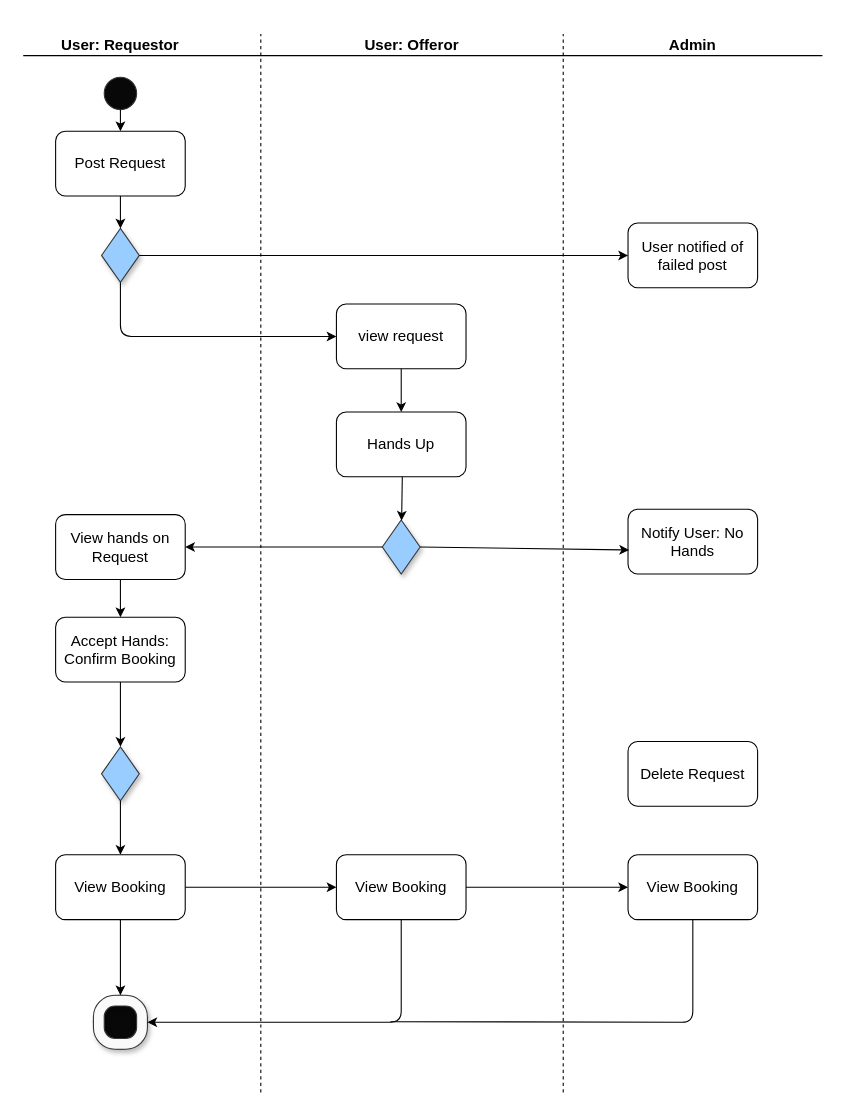
Earlier version of the draw.io diagram AD1.drawio (willdonlan8/test). Source tidied: cells renumbered, new cells numbered last; positions are measured from the earlier drawing's top-left corner, leaving out a move shared by most shapes. Both pictures are drawn from the tidied source at 108%, with x=0, y=0 at pixel (23, 23).
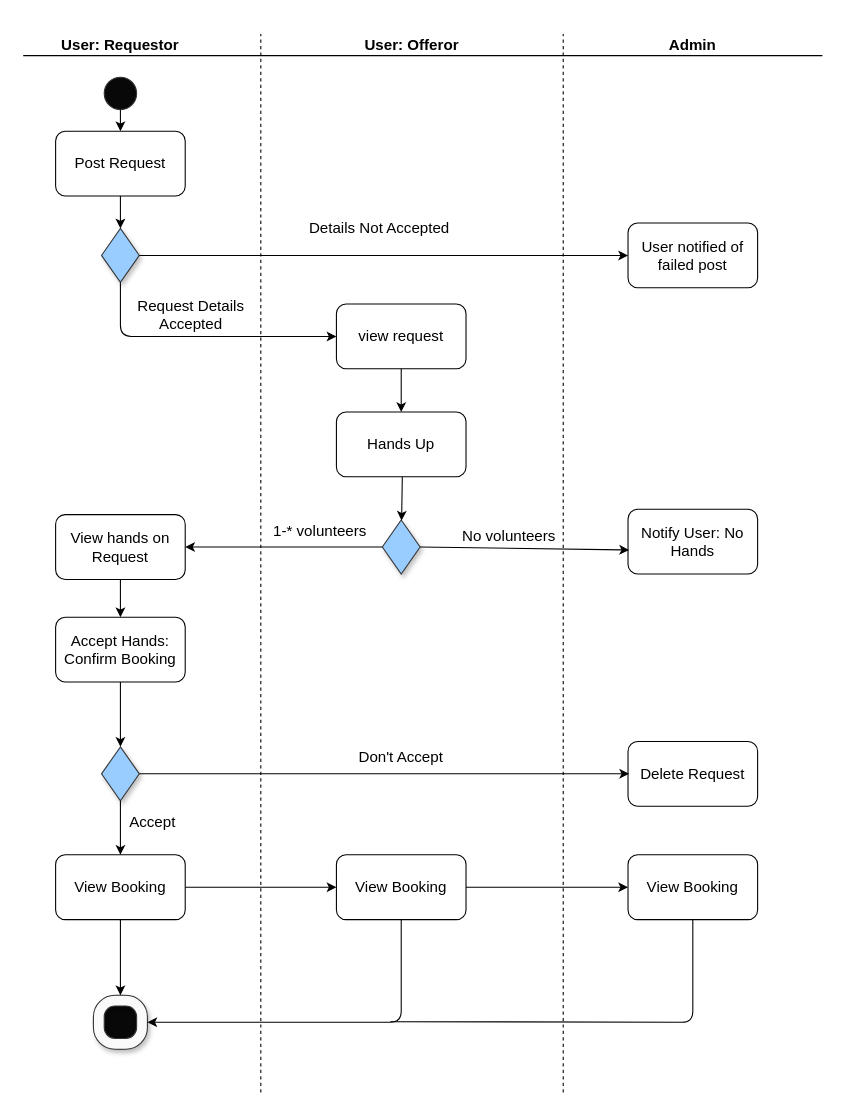
The same diagram, later.

Unchanged cells that the change refers to:
```xml
<mxCell id="19" style="rhombus;whiteSpace=wrap;html=1;shadow=1;strokeColor=#363636;fillColor=#99CCFF;" parent="1" vertex="1">
  <mxGeometry x="72.5" y="670" width="35" height="50" as="geometry" />
</mxCell>
```

What changed in the source:
```diff
@@
+    <mxCell id="41" value="&lt;font style=&quot;font-size: 14px&quot;&gt;Details Not Accepted&lt;/font&gt;" style="text;html=1;strokeColor=none;fillColor=none;align=center;verticalAlign=middle;whiteSpace=wrap;rounded=0;shadow=1;" parent="1" vertex="1">
+      <mxGeometry x="240" y="170" width="180" height="40" as="geometry" />
+    </mxCell>
+    <mxCell id="42" value="&lt;font style=&quot;font-size: 14px&quot;&gt;Request Details Accepted&lt;/font&gt;" style="text;html=1;strokeColor=none;fillColor=none;align=center;verticalAlign=middle;whiteSpace=wrap;rounded=0;shadow=1;" parent="1" vertex="1">
+      <mxGeometry x="82.5" y="260" width="145" height="20" as="geometry" />
+    </mxCell>
+    <mxCell id="43" value="&lt;span style=&quot;font-size: 14px&quot;&gt;No volunteers&lt;/span&gt;" style="text;html=1;strokeColor=none;fillColor=none;align=center;verticalAlign=middle;whiteSpace=wrap;rounded=0;shadow=1;" parent="1" vertex="1">
+      <mxGeometry x="360" y="455" width="180" height="40" as="geometry" />
+    </mxCell>
+    <mxCell id="44" value="&lt;span style=&quot;font-size: 14px&quot;&gt;1-* volunteers&lt;/span&gt;" style="text;html=1;strokeColor=none;fillColor=none;align=center;verticalAlign=middle;whiteSpace=wrap;rounded=0;shadow=1;" parent="1" vertex="1">
+      <mxGeometry x="185" y="450" width="180" height="40" as="geometry" />
+    </mxCell>
+    <mxCell id="45" style="endArrow=classic;html=1;exitX=1;exitY=0.5;exitDx=0;exitDy=0;" parent="1" edge="1" source="19">
+      <mxGeometry relative="1" as="geometry">
+        <mxPoint x="561" y="695" as="targetPoint" />
+      </mxGeometry>
+    </mxCell>
+    <mxCell id="46" value="&lt;span style=&quot;font-size: 14px&quot;&gt;Don't Accept&lt;/span&gt;" style="text;html=1;strokeColor=none;fillColor=none;align=center;verticalAlign=middle;whiteSpace=wrap;rounded=0;shadow=1;" parent="1" vertex="1">
+      <mxGeometry x="260" y="660" width="180" height="40" as="geometry" />
+    </mxCell>
+    <mxCell id="47" value="&lt;font style=&quot;font-size: 14px&quot;&gt;Accept&lt;/font&gt;" style="text;html=1;strokeColor=none;fillColor=none;align=center;verticalAlign=middle;whiteSpace=wrap;rounded=0;shadow=1;" parent="1" vertex="1">
+      <mxGeometry x="30" y="720" width="180" height="40" as="geometry" />
+    </mxCell>
```
